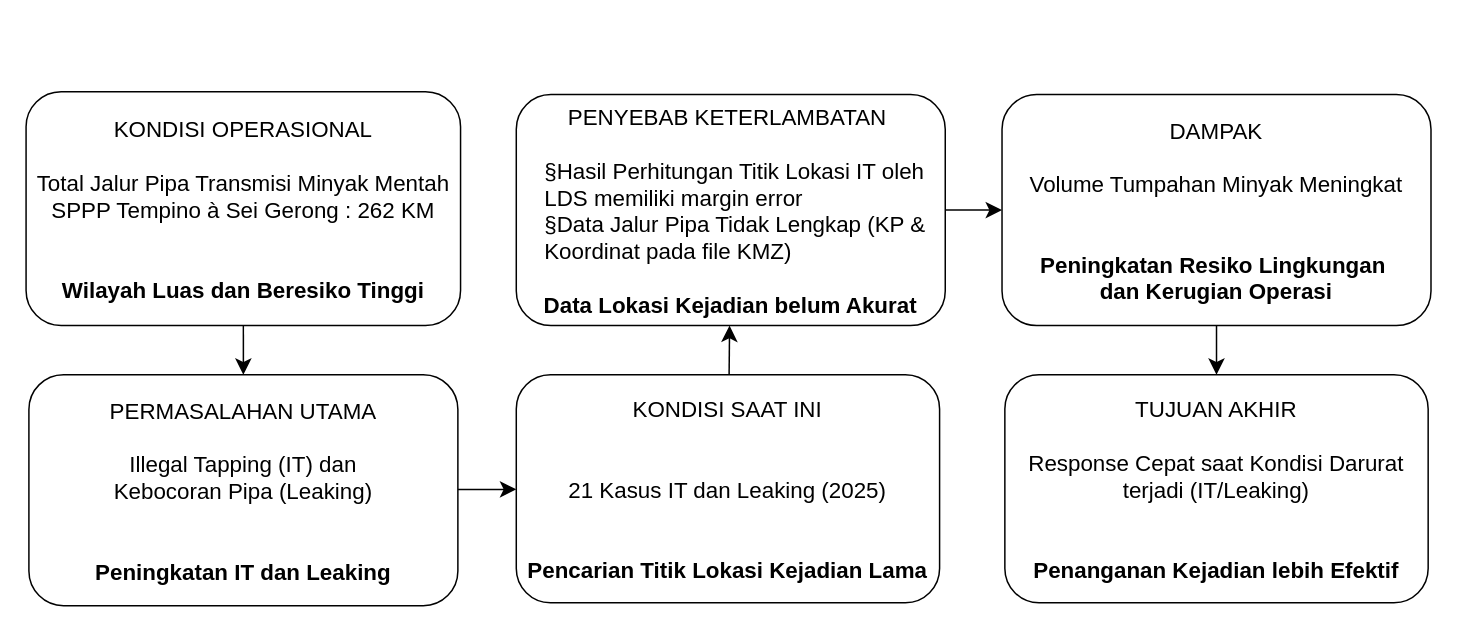
Before: page "Latar belakang permasalahan" (4 of 5) of Flowchart_Coordinate Finder.drawio in farid-arrasyid/SIGAP_OCSA, a draw.io diagram. Source tidied: cells renumbered, new cells numbered last; positions are measured from the earlier drawing's top-left corner, leaving out a move shared by most shapes. Both pictures are drawn from the tidied source at 149%, with x=0, y=0 at pixel (25, 91).
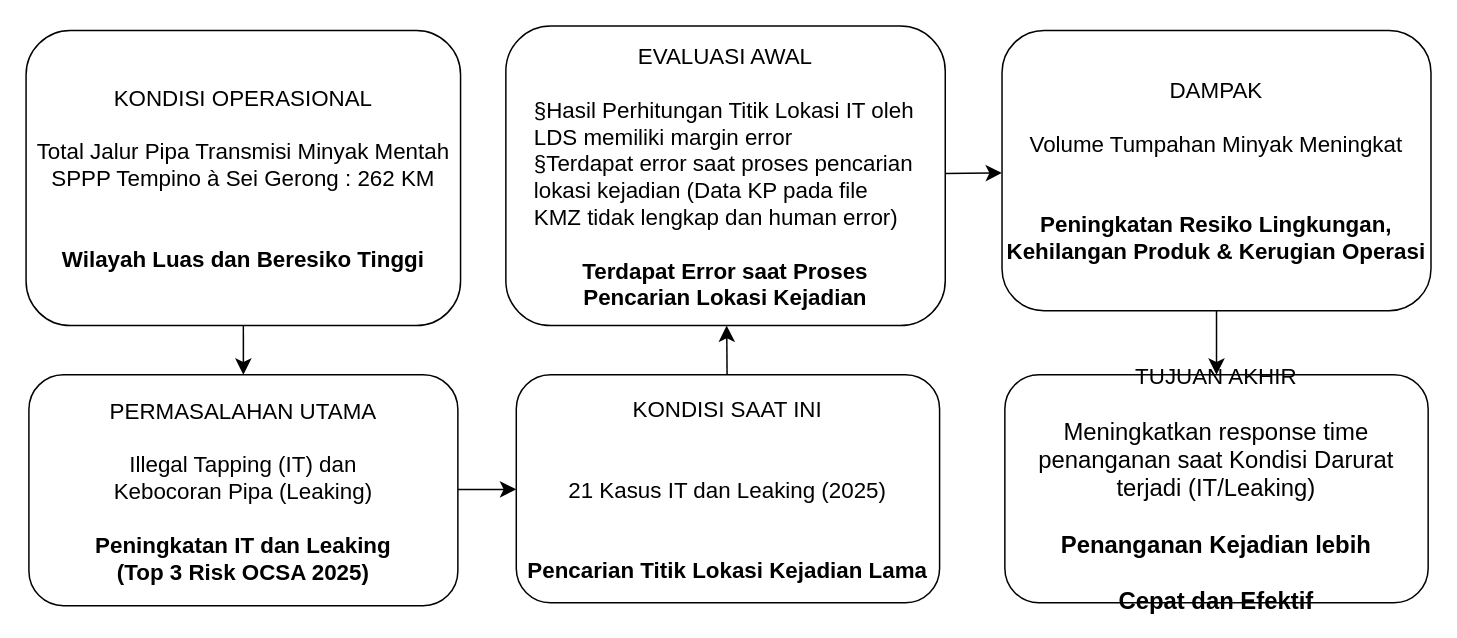
The same page after the edit.

Diff of the diagram source:
```diff
@@
     <mxCell id="3" value="&lt;p style=&quot;language:en-ID;margin-top:0pt;margin-bottom:0pt;margin-left:0in;&amp;lt;br/&amp;gt;text-align:center;direction:ltr;unicode-bidi:embed;mso-line-break-override:&amp;lt;br/&amp;gt;none;word-break:normal;punctuation-wrap:hanging&quot;&gt;&lt;font style=&quot;color: light-dark(rgb(0, 0, 0), rgb(255, 255, 255)); background-color: light-dark(#ffffff, var(--ge-dark-color, #121212));&quot;&gt;KONDISI OPERASIONAL&lt;/font&gt;&lt;/p&gt;&lt;font&gt;&lt;p style=&quot;margin-top: 0pt; margin-bottom: 0pt; margin-left: 0in; direction: ltr; unicode-bidi: embed; word-break: normal;&quot;&gt;&lt;span style=&quot;font-family: &amp;quot;Source Sans Pro&amp;quot;;&quot;&gt;&lt;br&gt;Total Jalur Pipa &lt;/span&gt;&lt;span style=&quot;font-family: &amp;quot;Source Sans Pro&amp;quot;;&quot;&gt;Transmisi&lt;/span&gt;&lt;span style=&quot;font-family: &amp;quot;Source Sans Pro&amp;quot;;&quot;&gt; &lt;/span&gt;&lt;span style=&quot;font-family: &amp;quot;Source Sans Pro&amp;quot;;&quot;&gt;Minyak&lt;/span&gt;&lt;span style=&quot;font-family: &amp;quot;Source Sans Pro&amp;quot;;&quot;&gt; &lt;/span&gt;&lt;span style=&quot;font-family: &amp;quot;Source Sans Pro&amp;quot;;&quot;&gt;Mentah&lt;/span&gt;&lt;span style=&quot;font-family: &amp;quot;Source Sans Pro&amp;quot;;&quot;&gt; &lt;br&gt;SPPP &lt;/span&gt;&lt;span style=&quot;font-family: &amp;quot;Source Sans Pro&amp;quot;;&quot;&gt;Tempino&lt;/span&gt;&lt;span style=&quot;font-family: &amp;quot;Source Sans Pro&amp;quot;;&quot;&gt; &lt;/span&gt;&lt;span style=&quot;font-family: Wingdings;&quot;&gt;à&lt;/span&gt;&lt;span style=&quot;font-family: &amp;quot;Source Sans Pro&amp;quot;;&quot;&gt; Sei &lt;/span&gt;&lt;span style=&quot;font-family: &amp;quot;Source Sans Pro&amp;quot;;&quot;&gt;Gerong&lt;/span&gt;&lt;span style=&quot;font-family: &amp;quot;Source Sans Pro&amp;quot;;&quot;&gt; : 262 KM&lt;/span&gt;&lt;/p&gt;&lt;font&gt;&lt;div&gt;&lt;font&gt;&lt;font&gt;&lt;br&gt;&lt;/font&gt;&lt;/font&gt;&lt;/div&gt;&lt;br&gt;&lt;/font&gt;&lt;p style=&quot;margin-top: 0pt; margin-bottom: 0pt; margin-left: 0in; direction: ltr; unicode-bidi: embed; word-break: normal;&quot;&gt;&lt;font&gt;&lt;b&gt;&lt;span style=&quot;font-family: &amp;quot;Source Sans Pro&amp;quot;;&quot;&gt;Wilayah Luas dan &lt;/span&gt;&lt;span style=&quot;font-family: &amp;quot;Source Sans Pro&amp;quot;;&quot;&gt;Beresiko&lt;/span&gt;&lt;span style=&quot;font-family: &amp;quot;Source Sans Pro&amp;quot;;&quot;&gt; Tinggi&lt;/span&gt;&lt;/b&gt;&lt;/font&gt;&lt;/p&gt;&lt;/font&gt;" style="rounded=1;whiteSpace=wrap;html=1;fontSize=15;" parent="1" vertex="1">
-      <mxGeometry width="291.6" height="157" as="geometry" />
+      <mxGeometry y="-41" width="291.6" height="198" as="geometry" />
     </mxCell>
@@
-    <mxCell id="5" value="&lt;p style=&quot;margin-top: 0pt; margin-bottom: 0pt; margin-left: 0in; direction: ltr; unicode-bidi: embed; word-break: normal;&quot;&gt;&lt;span style=&quot;font-family: &amp;quot;Source Sans Pro&amp;quot;;&quot;&gt;PERMASALAHAN UTAMA&lt;/span&gt;&lt;/p&gt;&lt;font&gt;&lt;p style=&quot;margin-top: 0pt; margin-bottom: 0pt; margin-left: 0in; direction: ltr; unicode-bidi: embed; word-break: normal;&quot;&gt;&lt;span style=&quot;font-family: &amp;quot;Source Sans Pro&amp;quot;;&quot;&gt;&lt;br&gt;Illegal Tapping (IT) dan&lt;br&gt;&lt;/span&gt;&lt;span style=&quot;font-family: &amp;quot;Source Sans Pro&amp;quot;;&quot;&gt;Kebocoran&lt;/span&gt;&lt;span style=&quot;font-family: &amp;quot;Source Sans Pro&amp;quot;;&quot;&gt; Pipa (Leaking)&lt;/span&gt;&lt;/p&gt;&lt;font&gt;&lt;div&gt;&lt;font&gt;&lt;font&gt;&lt;br&gt;&lt;/font&gt;&lt;/font&gt;&lt;/div&gt;&lt;div&gt;&lt;br&gt;&lt;/div&gt;&lt;/font&gt;&lt;p style=&quot;margin-top: 0pt; margin-bottom: 0pt; margin-left: 0in; direction: ltr; unicode-bidi: embed; word-break: normal;&quot;&gt;&lt;b&gt;&lt;span style=&quot;font-family: &amp;quot;Source Sans Pro&amp;quot;;&quot;&gt;Peningkatan&lt;/span&gt;&lt;span style=&quot;font-family: &amp;quot;Source Sans Pro&amp;quot;;&quot;&gt; IT dan Leaking&lt;/span&gt;&lt;/b&gt;&lt;/p&gt;&lt;/font&gt;" style="rounded=1;whiteSpace=wrap;html=1;fontSize=15;" parent="1" vertex="1">
+    <mxCell id="5" value="&lt;p style=&quot;margin-top: 0pt; margin-bottom: 0pt; margin-left: 0in; direction: ltr; unicode-bidi: embed; word-break: normal;&quot;&gt;&lt;span style=&quot;font-family: &amp;quot;Source Sans Pro&amp;quot;;&quot;&gt;PERMASALAHAN UTAMA&lt;/span&gt;&lt;/p&gt;&lt;font&gt;&lt;p style=&quot;margin-top: 0pt; margin-bottom: 0pt; margin-left: 0in; direction: ltr; unicode-bidi: embed; word-break: normal;&quot;&gt;&lt;span style=&quot;font-family: &amp;quot;Source Sans Pro&amp;quot;;&quot;&gt;&lt;br&gt;Illegal Tapping (IT) dan&lt;br&gt;&lt;/span&gt;&lt;span style=&quot;font-family: &amp;quot;Source Sans Pro&amp;quot;;&quot;&gt;Kebocoran&lt;/span&gt;&lt;span style=&quot;font-family: &amp;quot;Source Sans Pro&amp;quot;;&quot;&gt; Pipa (Leaking)&lt;/span&gt;&lt;/p&gt;&lt;font&gt;&lt;div&gt;&lt;br&gt;&lt;/div&gt;&lt;/font&gt;&lt;p style=&quot;margin-top: 0pt; margin-bottom: 0pt; margin-left: 0in; direction: ltr; unicode-bidi: embed; word-break: normal;&quot;&gt;&lt;b&gt;&lt;span style=&quot;font-family: &amp;quot;Source Sans Pro&amp;quot;;&quot;&gt;Peningkatan&lt;/span&gt;&lt;span style=&quot;font-family: &amp;quot;Source Sans Pro&amp;quot;;&quot;&gt; IT dan Leaking&lt;br&gt;(Top 3 Risk OCSA 2025)&lt;/span&gt;&lt;/b&gt;&lt;/p&gt;&lt;/font&gt;" style="rounded=1;whiteSpace=wrap;html=1;fontSize=15;" parent="1" vertex="1">
       <mxGeometry x="1.9" y="190" width="287.9" height="155" as="geometry" />
     </mxCell>
@@
-    <mxCell id="7" value="&lt;p style=&quot;language:en-ID;margin-top:0pt;margin-bottom:0pt;margin-left:0in;&amp;lt;br/&amp;gt;text-align:center;direction:ltr;unicode-bidi:embed;mso-line-break-override:&amp;lt;br/&amp;gt;none;word-break:normal;punctuation-wrap:hanging&quot;&gt;PENYEBAB KETERLAMBATAN&amp;nbsp;&lt;/p&gt;&lt;p style=&quot;language:en-ID;margin-top:0pt;margin-bottom:0pt;margin-left:0in;&amp;lt;br/&amp;gt;text-align:center;direction:ltr;unicode-bidi:embed;mso-line-break-override:&amp;lt;br/&amp;gt;none;word-break:normal;punctuation-wrap:hanging&quot;&gt;&lt;br&gt;&lt;/p&gt;&lt;font&gt;&lt;div style=&quot;margin-top: 0pt; margin-bottom: 0pt; margin-left: 0.19in; text-align: left; direction: ltr; unicode-bidi: embed; word-break: normal;&quot;&gt;&lt;span&gt;&lt;span style=&quot;mso-special-format:bullet;font-family:Wingdings&quot;&gt;§&lt;/span&gt;&lt;/span&gt;&lt;span style=&quot;font-family: &amp;quot;Source Sans Pro&amp;quot;;&quot;&gt;Hasil &lt;/span&gt;&lt;span style=&quot;font-family: &amp;quot;Source Sans Pro&amp;quot;;&quot;&gt;Perhitungan&lt;/span&gt;&lt;span style=&quot;font-family: &amp;quot;Source Sans Pro&amp;quot;;&quot;&gt; &lt;/span&gt;&lt;span style=&quot;font-family: &amp;quot;Source Sans Pro&amp;quot;;&quot;&gt;Titik&lt;/span&gt;&lt;span style=&quot;font-family: &amp;quot;Source Sans Pro&amp;quot;;&quot;&gt; Lokasi IT oleh LDS &lt;/span&gt;&lt;span style=&quot;font-family: &amp;quot;Source Sans Pro&amp;quot;;&quot;&gt;memiliki&lt;/span&gt;&lt;span style=&quot;font-family: &amp;quot;Source Sans Pro&amp;quot;;&quot;&gt; margin error&lt;/span&gt;&lt;/div&gt;&lt;div style=&quot;margin-top: 0pt; margin-bottom: 0pt; margin-left: 0.19in; text-align: left; direction: ltr; unicode-bidi: embed; word-break: normal;&quot;&gt;&lt;span&gt;&lt;span style=&quot;mso-special-format:bullet;font-family:Wingdings&quot;&gt;§&lt;/span&gt;&lt;/span&gt;&lt;span style=&quot;font-family: &amp;quot;Source Sans Pro&amp;quot;;&quot;&gt;Data Jalur Pipa Tidak Lengkap (KP &amp;amp; Koordinat pada file KMZ)&lt;/span&gt;&lt;/div&gt;&lt;font&gt;&lt;br&gt;&lt;/font&gt;&lt;p style=&quot;margin-top: 0pt; margin-bottom: 0pt; margin-left: 0in; direction: ltr; unicode-bidi: embed; word-break: normal;&quot;&gt;&lt;span style=&quot;font-family: &amp;quot;Source Sans Pro&amp;quot;;&quot;&gt;&lt;b&gt;Data Lokasi Kejadian belum Akurat&lt;/b&gt;&lt;/span&gt;&lt;/p&gt;&lt;/font&gt;" style="rounded=1;whiteSpace=wrap;html=1;fontSize=15;" parent="1" vertex="1">
-      <mxGeometry x="329" y="2" width="287.9" height="155" as="geometry" />
+    <mxCell id="7" value="&lt;p style=&quot;language:en-ID;margin-top:0pt;margin-bottom:0pt;margin-left:0in;&amp;lt;br/&amp;gt;text-align:center;direction:ltr;unicode-bidi:embed;mso-line-break-override:&amp;lt;br/&amp;gt;none;word-break:normal;punctuation-wrap:hanging&quot;&gt;&lt;font&gt;EVALUASI AWAL&lt;/font&gt;&lt;/p&gt;&lt;p style=&quot;language:en-ID;margin-top:0pt;margin-bottom:0pt;margin-left:0in;&amp;lt;br/&amp;gt;text-align:center;direction:ltr;unicode-bidi:embed;mso-line-break-override:&amp;lt;br/&amp;gt;none;word-break:normal;punctuation-wrap:hanging&quot;&gt;&lt;font&gt;&lt;br&gt;&lt;/font&gt;&lt;/p&gt;&lt;div style=&quot;language:en-ID;margin-top:0pt;margin-bottom:0pt;margin-left:.19in;&amp;lt;br/&amp;gt;text-indent:-.19in;text-align:left;direction:ltr;unicode-bidi:embed;mso-line-break-override:&amp;lt;br/&amp;gt;none;word-break:normal;punctuation-wrap:hanging&quot;&gt;&lt;font&gt;&lt;span style=&quot;mso-special-format:bullet;font-family:Wingdings&quot;&gt;§&lt;/span&gt;&lt;span style=&quot;font-family: &amp;quot;Source Sans Pro&amp;quot;;&quot;&gt;Hasil &lt;/span&gt;&lt;span style=&quot;font-family: &amp;quot;Source Sans Pro&amp;quot;;&quot;&gt;Perhitungan&lt;/span&gt;&lt;span style=&quot;font-family: &amp;quot;Source Sans Pro&amp;quot;;&quot;&gt; &lt;/span&gt;&lt;span style=&quot;font-family: &amp;quot;Source Sans Pro&amp;quot;;&quot;&gt;Titik&lt;/span&gt;&lt;span style=&quot;font-family: &amp;quot;Source Sans Pro&amp;quot;;&quot;&gt; Lokasi IT oleh LDS &lt;/span&gt;&lt;span style=&quot;font-family: &amp;quot;Source Sans Pro&amp;quot;;&quot;&gt;memiliki&lt;/span&gt;&lt;span style=&quot;font-family: &amp;quot;Source Sans Pro&amp;quot;;&quot;&gt; margin error&lt;/span&gt;&lt;/font&gt;&lt;/div&gt;&lt;div style=&quot;language:en-ID;margin-top:0pt;margin-bottom:0pt;margin-left:.19in;&amp;lt;br/&amp;gt;text-indent:-.19in;text-align:left;direction:ltr;unicode-bidi:embed;mso-line-break-override:&amp;lt;br/&amp;gt;none;word-break:normal;punctuation-wrap:hanging&quot;&gt;&lt;font&gt;&lt;span style=&quot;mso-special-format:bullet;font-family:Wingdings&quot;&gt;§&lt;/span&gt;&lt;span style=&quot;font-family: &amp;quot;Source Sans Pro&amp;quot;;&quot;&gt;Terdapat error saat proses pencarian lokasi kejadian (Data KP pada file&lt;br&gt;KMZ tidak lengkap dan human error)&lt;/span&gt;&lt;/font&gt;&lt;/div&gt;&lt;font&gt;&lt;b style=&quot;&quot;&gt;&lt;p style=&quot;margin-top: 0pt; margin-bottom: 0pt; margin-left: 0in; direction: ltr; unicode-bidi: embed; word-break: normal;&quot;&gt;&lt;br&gt;&lt;/p&gt;&lt;p style=&quot;margin-top: 0pt; margin-bottom: 0pt; margin-left: 0in; direction: ltr; unicode-bidi: embed; word-break: normal;&quot;&gt;&lt;span style=&quot;font-family: &amp;quot;Source Sans Pro&amp;quot;;&quot;&gt;Terdapat Error saat Proses&lt;/span&gt;&lt;/p&gt;&lt;p style=&quot;margin-top: 0pt; margin-bottom: 0pt; margin-left: 0in; direction: ltr; unicode-bidi: embed; word-break: normal;&quot;&gt;&lt;span style=&quot;font-family: &amp;quot;Source Sans Pro&amp;quot;;&quot;&gt;Pencarian Lokasi Kejadian&lt;/span&gt;&lt;/p&gt;&lt;/b&gt;&lt;/font&gt;" style="rounded=1;whiteSpace=wrap;html=1;fontSize=15;" parent="1" vertex="1">
+      <mxGeometry x="322" y="-44" width="294.9" height="201" as="geometry" />
     </mxCell>
@@
-    <mxCell id="11" value="&lt;p style=&quot;language:en-ID;margin-top:0pt;margin-bottom:0pt;margin-left:0in;&amp;lt;br/&amp;gt;text-align:center;direction:ltr;unicode-bidi:embed;mso-line-break-override:&amp;lt;br/&amp;gt;none;word-break:normal;punctuation-wrap:hanging&quot;&gt;DAMPAK&lt;/p&gt;&lt;p style=&quot;language:en-ID;margin-top:0pt;margin-bottom:0pt;margin-left:0in;&amp;lt;br/&amp;gt;text-align:center;direction:ltr;unicode-bidi:embed;mso-line-break-override:&amp;lt;br/&amp;gt;none;word-break:normal;punctuation-wrap:hanging&quot;&gt;&lt;br&gt;&lt;/p&gt;&lt;font&gt;&lt;p style=&quot;margin-top: 0pt; margin-bottom: 0pt; margin-left: 0in; direction: ltr; unicode-bidi: embed; word-break: normal;&quot;&gt;&lt;span style=&quot;font-family: &amp;quot;Source Sans Pro&amp;quot;;&quot;&gt;Volume Tumpahan Minyak Meningkat&lt;/span&gt;&lt;/p&gt;&lt;p style=&quot;margin-top: 0pt; margin-bottom: 0pt; margin-left: 0in; direction: ltr; unicode-bidi: embed; word-break: normal;&quot;&gt;&lt;span style=&quot;font-family: &amp;quot;Source Sans Pro&amp;quot;;&quot;&gt;&lt;br&gt;&lt;/span&gt;&lt;/p&gt;&lt;p style=&quot;margin-top: 0pt; margin-bottom: 0pt; margin-left: 0in; direction: ltr; unicode-bidi: embed; word-break: normal;&quot;&gt;&lt;br&gt;&lt;/p&gt;&lt;p style=&quot;margin-top: 0pt; margin-bottom: 0pt; margin-left: 0in; direction: ltr; unicode-bidi: embed; word-break: normal;&quot;&gt;&lt;b&gt;&lt;span style=&quot;font-family: &amp;quot;Source Sans Pro&amp;quot;;&quot;&gt;Peningkatan&lt;/span&gt;&lt;span style=&quot;font-family: &amp;quot;Source Sans Pro&amp;quot;;&quot;&gt; &lt;/span&gt;&lt;span style=&quot;font-family: &amp;quot;Source Sans Pro&amp;quot;;&quot;&gt;Resiko&lt;/span&gt;&lt;span style=&quot;font-family: &amp;quot;Source Sans Pro&amp;quot;;&quot;&gt; &lt;/span&gt;&lt;span style=&quot;font-family: &amp;quot;Source Sans Pro&amp;quot;;&quot;&gt;Lingkungan&amp;nbsp;&lt;/span&gt;&lt;/b&gt;&lt;/p&gt;&lt;p style=&quot;margin-top: 0pt; margin-bottom: 0pt; margin-left: 0in; direction: ltr; unicode-bidi: embed; word-break: normal;&quot;&gt;&lt;b style=&quot;background-color: transparent; color: light-dark(rgb(0, 0, 0), rgb(255, 255, 255));&quot;&gt;&lt;span style=&quot;font-family: &amp;quot;Source Sans Pro&amp;quot;;&quot;&gt;dan &lt;/span&gt;&lt;span style=&quot;font-family: &amp;quot;Source Sans Pro&amp;quot;;&quot;&gt;Kerugian&lt;/span&gt;&lt;span style=&quot;font-family: &amp;quot;Source Sans Pro&amp;quot;;&quot;&gt; &lt;/span&gt;&lt;span style=&quot;font-family: &amp;quot;Source Sans Pro&amp;quot;;&quot;&gt;Operasi&lt;/span&gt;&lt;/b&gt;&lt;/p&gt;&lt;/font&gt;" style="rounded=1;whiteSpace=wrap;html=1;fontSize=15;" parent="1" vertex="1">
-      <mxGeometry x="655" y="2" width="287.9" height="155" as="geometry" />
+    <mxCell id="11" value="&lt;p style=&quot;language:en-ID;margin-top:0pt;margin-bottom:0pt;margin-left:0in;&amp;lt;br/&amp;gt;text-align:center;direction:ltr;unicode-bidi:embed;mso-line-break-override:&amp;lt;br/&amp;gt;none;word-break:normal;punctuation-wrap:hanging&quot;&gt;DAMPAK&lt;/p&gt;&lt;p style=&quot;language:en-ID;margin-top:0pt;margin-bottom:0pt;margin-left:0in;&amp;lt;br/&amp;gt;text-align:center;direction:ltr;unicode-bidi:embed;mso-line-break-override:&amp;lt;br/&amp;gt;none;word-break:normal;punctuation-wrap:hanging&quot;&gt;&lt;br&gt;&lt;/p&gt;&lt;font&gt;&lt;p style=&quot;margin-top: 0pt; margin-bottom: 0pt; margin-left: 0in; direction: ltr; unicode-bidi: embed; word-break: normal;&quot;&gt;&lt;span style=&quot;font-family: &amp;quot;Source Sans Pro&amp;quot;;&quot;&gt;Volume Tumpahan Minyak Meningkat&lt;/span&gt;&lt;/p&gt;&lt;p style=&quot;margin-top: 0pt; margin-bottom: 0pt; margin-left: 0in; direction: ltr; unicode-bidi: embed; word-break: normal;&quot;&gt;&lt;span style=&quot;font-family: &amp;quot;Source Sans Pro&amp;quot;;&quot;&gt;&lt;br&gt;&lt;/span&gt;&lt;/p&gt;&lt;p style=&quot;margin-top: 0pt; margin-bottom: 0pt; margin-left: 0in; direction: ltr; unicode-bidi: embed; word-break: normal;&quot;&gt;&lt;br&gt;&lt;/p&gt;&lt;p style=&quot;margin-top: 0pt; margin-bottom: 0pt; margin-left: 0in; direction: ltr; unicode-bidi: embed; word-break: normal;&quot;&gt;&lt;font&gt;&lt;span style=&quot;font-family: &amp;quot;Source Sans Pro&amp;quot;; font-weight: bold;&quot;&gt;Peningkatan&lt;/span&gt;&lt;span style=&quot;font-family: &amp;quot;Source Sans Pro&amp;quot;; font-weight: bold;&quot;&gt; &lt;/span&gt;&lt;span style=&quot;font-family: &amp;quot;Source Sans Pro&amp;quot;; font-weight: bold;&quot;&gt;Resiko&lt;/span&gt;&lt;span style=&quot;font-family: &amp;quot;Source Sans Pro&amp;quot;; font-weight: bold;&quot;&gt; &lt;/span&gt;&lt;span style=&quot;font-family: &amp;quot;Source Sans Pro&amp;quot;; font-weight: bold;&quot;&gt;Lingkungan&lt;/span&gt;&lt;span style=&quot;font-family: &amp;quot;Source Sans Pro&amp;quot;; font-weight: bold;&quot;&gt;, &lt;/span&gt;&lt;span style=&quot;font-family: &amp;quot;Source Sans Pro&amp;quot;; font-weight: bold;&quot;&gt;Kehilangan&lt;/span&gt;&lt;span style=&quot;font-family: &amp;quot;Source Sans Pro&amp;quot;; font-weight: bold;&quot;&gt; &lt;/span&gt;&lt;span style=&quot;font-family: &amp;quot;Source Sans Pro&amp;quot;; font-weight: bold;&quot;&gt;Produk&lt;/span&gt;&lt;span style=&quot;font-family: &amp;quot;Source Sans Pro&amp;quot;; font-weight: bold;&quot;&gt; &amp;amp; &lt;/span&gt;&lt;span style=&quot;font-family: &amp;quot;Source Sans Pro&amp;quot;; font-weight: bold;&quot;&gt;Kerugian&lt;/span&gt;&lt;span style=&quot;font-family: &amp;quot;Source Sans Pro&amp;quot;; font-weight: bold;&quot;&gt; &lt;/span&gt;&lt;span style=&quot;font-family: &amp;quot;Source Sans Pro&amp;quot;; font-weight: bold;&quot;&gt;Operasi&lt;/span&gt;&lt;/font&gt;&lt;/p&gt;&lt;/font&gt;" style="rounded=1;whiteSpace=wrap;html=1;fontSize=15;" parent="1" vertex="1">
+      <mxGeometry x="655" y="-41" width="287.9" height="188" as="geometry" />
     </mxCell>
-    <mxCell id="12" value="&lt;p style=&quot;language:en-ID;margin-top:0pt;margin-bottom:0pt;margin-left:0in;&amp;lt;br/&amp;gt;text-align:center;direction:ltr;unicode-bidi:embed;mso-line-break-override:&amp;lt;br/&amp;gt;none;word-break:normal;punctuation-wrap:hanging&quot;&gt;TUJUAN AKHIR&lt;/p&gt;&lt;p style=&quot;language:en-ID;margin-top:0pt;margin-bottom:0pt;margin-left:0in;&amp;lt;br/&amp;gt;text-align:center;direction:ltr;unicode-bidi:embed;mso-line-break-override:&amp;lt;br/&amp;gt;none;word-break:normal;punctuation-wrap:hanging&quot;&gt;&lt;br&gt;&lt;/p&gt;&lt;font&gt;&lt;p style=&quot;margin-top: 0pt; margin-bottom: 0pt; margin-left: 0in; direction: ltr; unicode-bidi: embed; word-break: normal;&quot;&gt;&lt;/p&gt;&lt;p style=&quot;margin-top: 0pt; margin-bottom: 0pt; margin-left: 0in; direction: ltr; unicode-bidi: embed; word-break: normal;&quot;&gt;&lt;span style=&quot;font-family: &amp;quot;Source Sans Pro&amp;quot;;&quot;&gt;Response Cepat saat Kondisi Darurat terjadi (IT/Leaking)&lt;/span&gt;&lt;/p&gt;&lt;p style=&quot;language:en-ID;margin-top:0pt;margin-bottom:0pt;margin-left:0in;&amp;lt;br/&amp;gt;text-align:left;direction:ltr;unicode-bidi:embed;mso-line-break-override:none;&amp;lt;br/&amp;gt;word-break:normal;punctuation-wrap:hanging&quot;&gt;&lt;/p&gt;&lt;p style=&quot;margin-top: 0pt; margin-bottom: 0pt; margin-left: 0in; direction: ltr; unicode-bidi: embed; word-break: normal;&quot;&gt;&lt;br&gt;&lt;/p&gt;&lt;p style=&quot;margin-top: 0pt; margin-bottom: 0pt; margin-left: 0in; direction: ltr; unicode-bidi: embed; word-break: normal;&quot;&gt;&lt;br&gt;&lt;/p&gt;&lt;p style=&quot;margin-top: 0pt; margin-bottom: 0pt; margin-left: 0in; direction: ltr; unicode-bidi: embed; word-break: normal;&quot;&gt;&lt;span style=&quot;font-family: &amp;quot;Source Sans Pro&amp;quot;; font-weight: bold;&quot;&gt;Penanganan&lt;/span&gt;&lt;span style=&quot;font-family: &amp;quot;Source Sans Pro&amp;quot;; font-weight: bold;&quot;&gt; &lt;/span&gt;&lt;span style=&quot;font-family: &amp;quot;Source Sans Pro&amp;quot;; font-weight: bold;&quot;&gt;Kejadian&lt;/span&gt;&lt;span style=&quot;font-family: &amp;quot;Source Sans Pro&amp;quot;; font-weight: bold;&quot;&gt; &lt;/span&gt;&lt;span style=&quot;font-family: &amp;quot;Source Sans Pro&amp;quot;; font-weight: bold;&quot;&gt;lebih&lt;/span&gt;&lt;span style=&quot;font-family: &amp;quot;Source Sans Pro&amp;quot;; font-weight: bold;&quot;&gt; &lt;/span&gt;&lt;span style=&quot;font-family: &amp;quot;Source Sans Pro&amp;quot;; font-weight: bold;&quot;&gt;Efektif&lt;/span&gt;&lt;/p&gt;&lt;/font&gt;" style="rounded=1;whiteSpace=wrap;html=1;fontSize=15;" parent="1" vertex="1">
+    <mxCell id="12" value="&lt;p style=&quot;language:en-ID;margin-top:0pt;margin-bottom:0pt;margin-left:0in;&amp;lt;br/&amp;gt;text-align:center;direction:ltr;unicode-bidi:embed;mso-line-break-override:&amp;lt;br/&amp;gt;none;word-break:normal;punctuation-wrap:hanging&quot;&gt;TUJUAN AKHIR&lt;/p&gt;&lt;p style=&quot;language:en-ID;margin-top:0pt;margin-bottom:0pt;margin-left:0in;&amp;lt;br/&amp;gt;text-align:center;direction:ltr;unicode-bidi:embed;mso-line-break-override:&amp;lt;br/&amp;gt;none;word-break:normal;punctuation-wrap:hanging&quot;&gt;&lt;br&gt;&lt;/p&gt;&lt;font&gt;&lt;p style=&quot;margin-top: 0pt; margin-bottom: 0pt; margin-left: 0in; direction: ltr; unicode-bidi: embed; word-break: normal;&quot;&gt;&lt;/p&gt;&lt;p style=&quot;margin-top: 0pt; margin-bottom: 0pt; margin-left: 0in; direction: ltr; unicode-bidi: embed; word-break: normal;&quot;&gt;&lt;span style=&quot;font-size: 12pt; font-family: &amp;quot;Source Sans Pro&amp;quot;;&quot;&gt;Meningkatkan response time penanganan saat Kondisi Darurat terjadi (IT/Leaking)&lt;/span&gt;&lt;/p&gt;&lt;p style=&quot;margin-top: 0pt; margin-bottom: 0pt; margin-left: 0in; direction: ltr; unicode-bidi: embed; word-break: normal;&quot;&gt;&lt;br&gt;&lt;/p&gt;&lt;p style=&quot;margin-top: 0pt; margin-bottom: 0pt; margin-left: 0in; direction: ltr; unicode-bidi: embed; word-break: normal;&quot;&gt;&lt;span style=&quot;font-size: 12pt; font-family: &amp;quot;Source Sans Pro&amp;quot;; font-weight: bold;&quot;&gt;Penanganan&lt;/span&gt;&lt;span style=&quot;font-size: 12pt; font-family: &amp;quot;Source Sans Pro&amp;quot;; font-weight: bold;&quot;&gt; &lt;/span&gt;&lt;span style=&quot;font-size: 12pt; font-family: &amp;quot;Source Sans Pro&amp;quot;; font-weight: bold;&quot;&gt;Kejadian&lt;/span&gt;&lt;span style=&quot;font-size: 12pt; font-family: &amp;quot;Source Sans Pro&amp;quot;; font-weight: bold;&quot;&gt; &lt;/span&gt;&lt;span style=&quot;font-size: 12pt; font-family: &amp;quot;Source Sans Pro&amp;quot;; font-weight: bold;&quot;&gt;lebih&lt;/span&gt;&lt;span style=&quot;font-size: 12pt; font-family: &amp;quot;Source Sans Pro&amp;quot;; font-weight: bold;&quot;&gt; &lt;br&gt;&lt;br/&gt;&lt;/span&gt;&lt;span style=&quot;font-size: 12pt; font-family: &amp;quot;Source Sans Pro&amp;quot;; font-weight: bold;&quot;&gt;Cepat&lt;/span&gt;&lt;span style=&quot;font-size: 12pt; font-family: &amp;quot;Source Sans Pro&amp;quot;; font-weight: bold;&quot;&gt; dan &lt;/span&gt;&lt;span style=&quot;font-size: 12pt; font-family: &amp;quot;Source Sans Pro&amp;quot;; font-weight: bold;&quot;&gt;Efektif&lt;/span&gt;&lt;/p&gt;&lt;/font&gt;" style="rounded=1;whiteSpace=wrap;html=1;fontSize=15;" parent="1" vertex="1">
       <mxGeometry x="656.9" y="190" width="284.1" height="153" as="geometry" />
     </mxCell>
```
